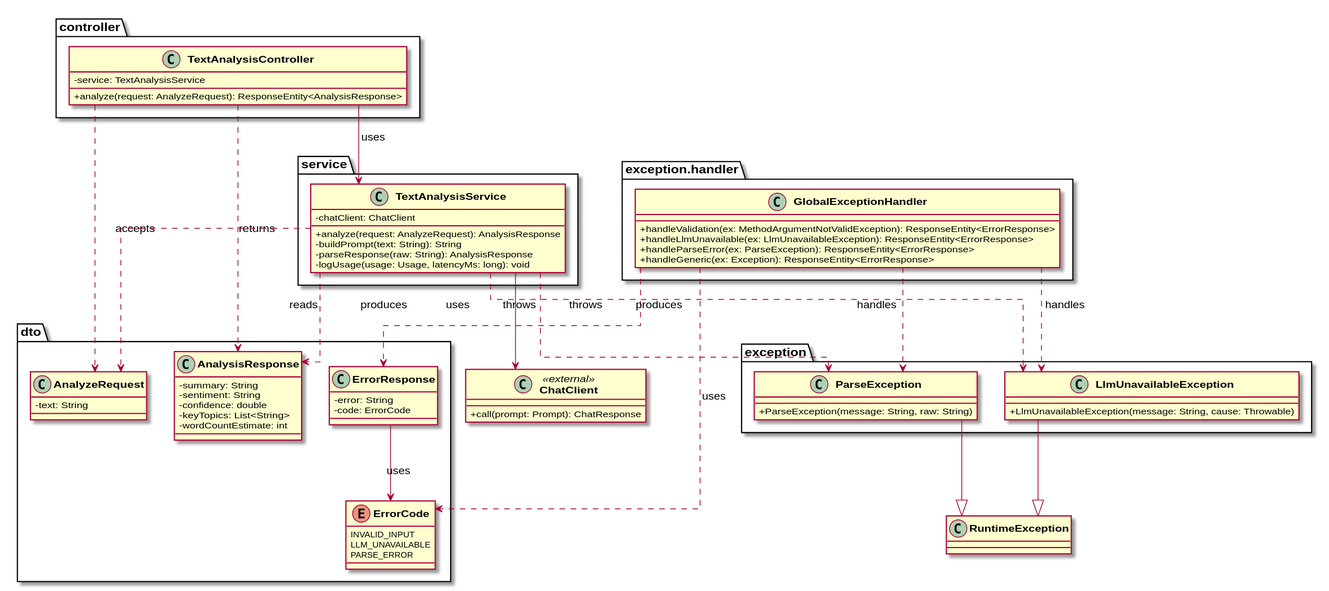
Earlier version of the PlantUML export diagrams/docs/class-diagram.svg (Buffden/ai-text-intelligence-dashboard). Its diagram source:
```plantuml
@startuml class-diagram

skinparam classAttributeIconSize 0
skinparam classFontStyle bold
skinparam linetype ortho

package "controller" {
  class TextAnalysisController {
    - service: TextAnalysisService
    + analyze(request: AnalyzeRequest): ResponseEntity<AnalysisResponse>
  }
}

package "service" {
  class TextAnalysisService {
    - chatClient: ChatClient
    + analyze(request: AnalyzeRequest): AnalysisResponse
    - buildPrompt(text: String): String
    - parseResponse(raw: String): AnalysisResponse
    - logUsage(usage: Usage, latencyMs: long): void
  }
}

package "dto" {
  class AnalyzeRequest {
    - text: String
  }

  class AnalysisResponse {
    - summary: String
    - sentiment: String
    - confidence: double
    - keyTopics: List<String>
    - wordCountEstimate: int
  }

  class ErrorResponse {
    - error: String
    - code: ErrorCode
  }

  enum ErrorCode {
    INVALID_INPUT
    LLM_UNAVAILABLE
    PARSE_ERROR
  }
}

package "exception" {
  class LlmUnavailableException {
    + LlmUnavailableException(message: String, cause: Throwable)
  }

  class ParseException {
    + ParseException(message: String, raw: String)
  }
}

package "exception.handler" {
  class GlobalExceptionHandler {
    + handleValidation(ex: MethodArgumentNotValidException): ResponseEntity<ErrorResponse>
    + handleLlmUnavailable(ex: LlmUnavailableException): ResponseEntity<ErrorResponse>
    + handleParseError(ex: ParseException): ResponseEntity<ErrorResponse>
    + handleGeneric(ex: Exception): ResponseEntity<ErrorResponse>
  }
}

TextAnalysisController --> TextAnalysisService : uses

TextAnalysisService --> ChatClient : uses

TextAnalysisController ..> AnalyzeRequest : accepts
TextAnalysisController ..> AnalysisResponse : returns

TextAnalysisService ..> AnalyzeRequest : reads
TextAnalysisService ..> AnalysisResponse : produces

TextAnalysisService ..> LlmUnavailableException : «throws»
TextAnalysisService ..> ParseException : «throws»

GlobalExceptionHandler ..> LlmUnavailableException : «handles»
GlobalExceptionHandler ..> ParseException : «handles»
GlobalExceptionHandler ..> ErrorResponse : produces
GlobalExceptionHandler ..> ErrorCode : uses

ErrorResponse --> ErrorCode : uses

LlmUnavailableException --|> RuntimeException
ParseException --|> RuntimeException

class ChatClient <<external>> {
  + call(prompt: Prompt): ChatResponse
}

@enduml
```
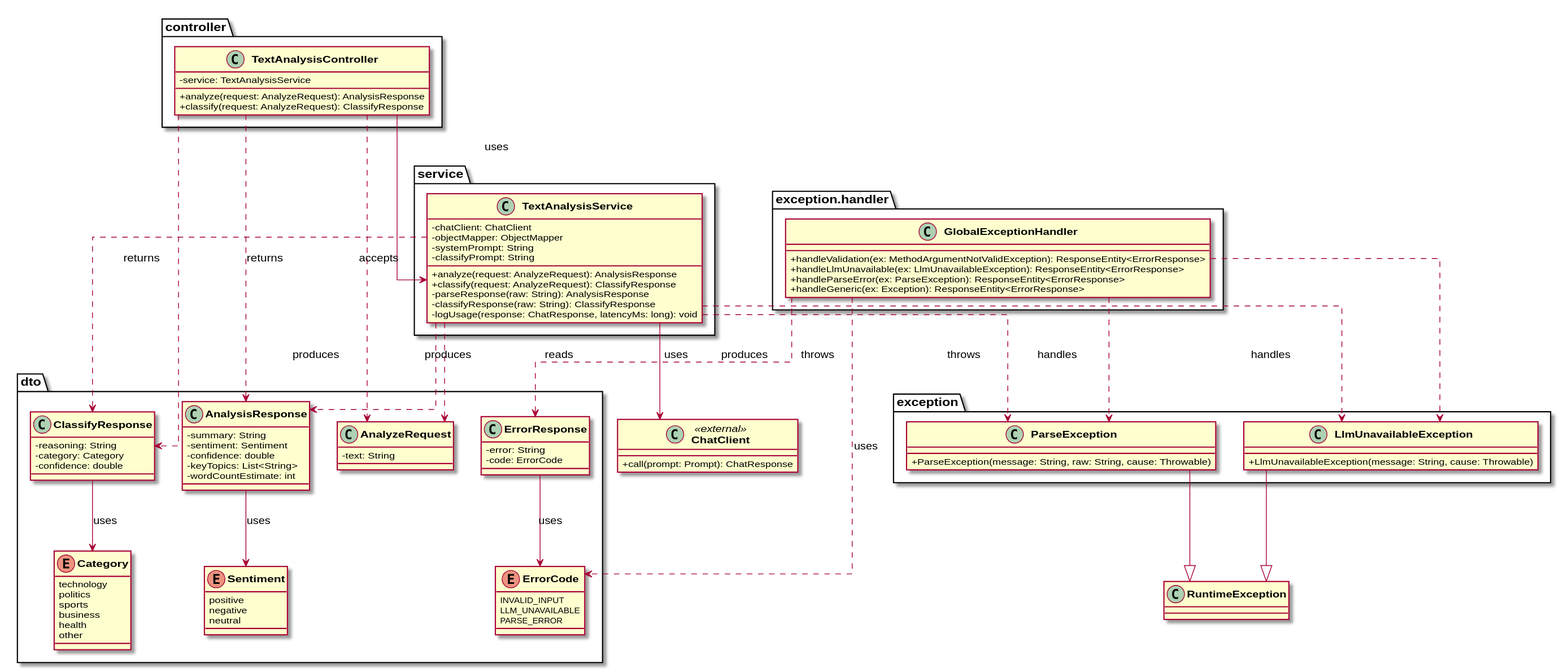
After the commit.

Change to the diagram source:
```diff
@@ -7,17 +7,22 @@
 package "controller" {
   class TextAnalysisController {
     - service: TextAnalysisService
-    + analyze(request: AnalyzeRequest): ResponseEntity<AnalysisResponse>
+    + analyze(request: AnalyzeRequest): AnalysisResponse
+    + classify(request: AnalyzeRequest): ClassifyResponse
   }
 }
 
 package "service" {
   class TextAnalysisService {
     - chatClient: ChatClient
+    - objectMapper: ObjectMapper
+    - systemPrompt: String
+    - classifyPrompt: String
     + analyze(request: AnalyzeRequest): AnalysisResponse
-    - buildPrompt(text: String): String
+    + classify(request: AnalyzeRequest): ClassifyResponse
     - parseResponse(raw: String): AnalysisResponse
-    - logUsage(usage: Usage, latencyMs: long): void
+    - classifyResponse(raw: String): ClassifyResponse
+    - logUsage(response: ChatResponse, latencyMs: long): void
   }
 }
 
@@ -28,10 +33,31 @@
 
   class AnalysisResponse {
     - summary: String
-    - sentiment: String
+    - sentiment: Sentiment
     - confidence: double
     - keyTopics: List<String>
     - wordCountEstimate: int
+  }
+
+  enum Sentiment {
+    positive
+    negative
+    neutral
+  }
+
+  class ClassifyResponse {
+    - reasoning: String
+    - category: Category
+    - confidence: double
+  }
+
+  enum Category {
+    technology
+    politics
+    sports
+    business
+    health
+    other
   }
 
   class ErrorResponse {
@@ -52,7 +78,7 @@
   }
 
   class ParseException {
-    + ParseException(message: String, raw: String)
+    + ParseException(message: String, raw: String, cause: Throwable)
   }
 }
 
@@ -71,9 +97,14 @@
 
 TextAnalysisController ..> AnalyzeRequest : accepts
 TextAnalysisController ..> AnalysisResponse : returns
+TextAnalysisController ..> ClassifyResponse : returns
 
 TextAnalysisService ..> AnalyzeRequest : reads
 TextAnalysisService ..> AnalysisResponse : produces
+TextAnalysisService ..> ClassifyResponse : produces
+
+AnalysisResponse --> Sentiment : uses
+ClassifyResponse --> Category : uses
 
 TextAnalysisService ..> LlmUnavailableException : «throws»
 TextAnalysisService ..> ParseException : «throws»
```
